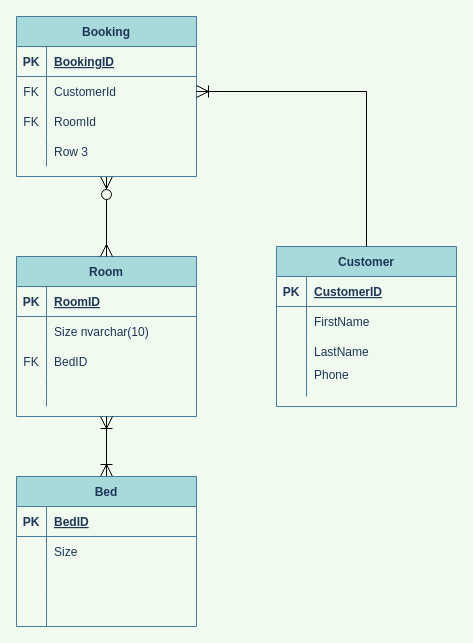
The draw.io diagram Extra files/HotellModellering.drawio in Malinwtz/HotelBooking, before the edit. Source tidied: cells renumbered, new cells numbered last; positions are measured from the earlier drawing's top-left corner, leaving out a move shared by most shapes. Both pictures are drawn from the tidied source at 100%, with x=0, y=0 at pixel (16, 16).
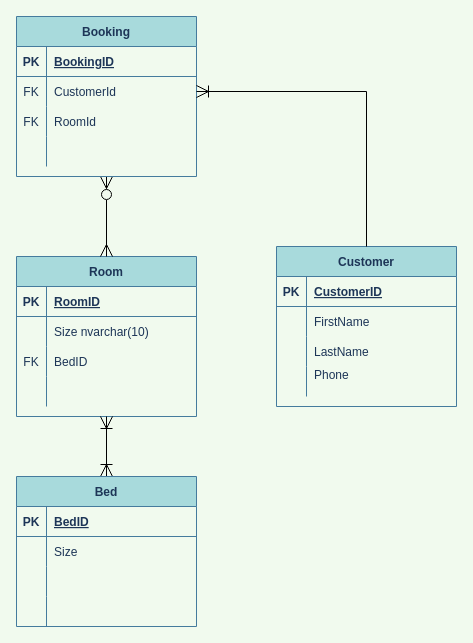
Above is the later version.

The change refers to these unchanged cells:
```xml
<mxCell id="39" style="shape=tableRow;horizontal=0;startSize=0;swimlaneHead=0;swimlaneBody=0;fillColor=none;top=0;left=0;right=0;bottom=0;fontColor=#1D3557;strokeColor=#457B9D;" parent="29" vertex="1">
  <mxGeometry y="120" width="180" height="30" as="geometry" />
</mxCell>
```

Change to the diagram source:
```diff
@@
-    <mxCell id="41" value="Row 3" style="shape=partialRectangle;fillColor=none;top=0;left=0;bottom=0;right=0;align=left;spacingLeft=6;overflow=hidden;fontColor=#1D3557;strokeColor=#457B9D;" parent="39" vertex="1">
+    <mxCell id="41" style="shape=partialRectangle;fillColor=none;top=0;left=0;bottom=0;right=0;align=left;spacingLeft=6;overflow=hidden;fontColor=#1D3557;strokeColor=#457B9D;" parent="39" vertex="1">
       <mxGeometry x="30" width="150" height="30" as="geometry" />
     </mxCell>
```
